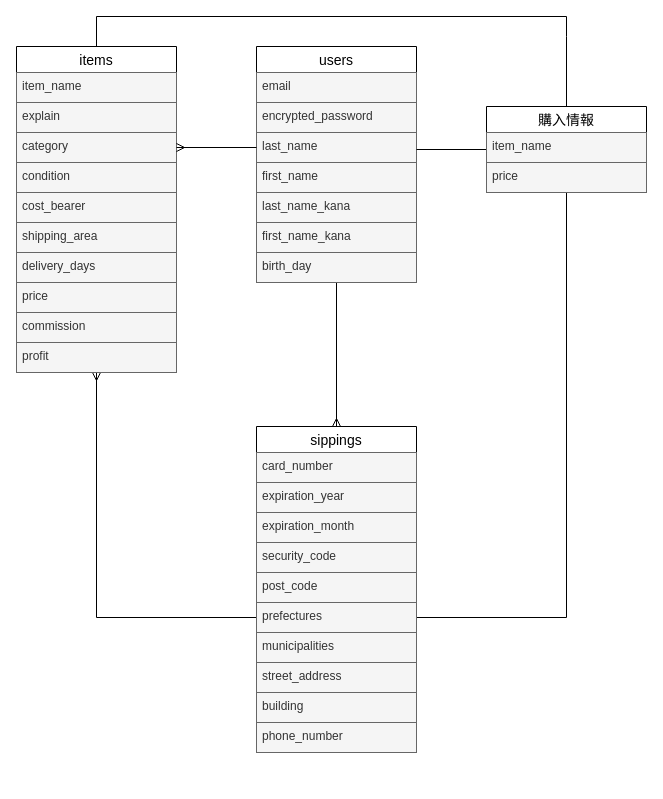
The draw.io diagram data.dio in umedamao925/furima40032, before the edit. Source tidied: cells renumbered, new cells numbered last; positions are measured from the earlier drawing's top-left corner, leaving out a move shared by most shapes. Both pictures are drawn from the tidied source at 100%, with x=0, y=0 at pixel (16, 16).
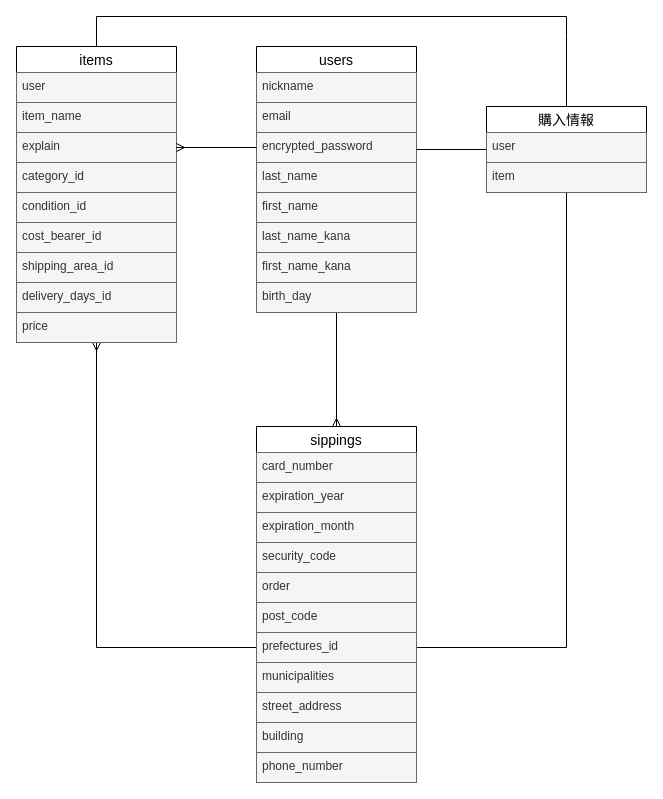
The same page after the edit.

Unchanged cells that the change refers to:
```xml
<mxCell id="27" value="購入情報" style="swimlane;fontStyle=0;horizontal=1;startSize=26;align=center;fontSize=14;" parent="1" vertex="1">
  <mxGeometry x="470" y="90" width="160" height="86" as="geometry" />
</mxCell>
```

The edit, as a diff of the source:
```diff
@@
     <mxCell id="3" value="users" style="swimlane;fontStyle=0;horizontal=1;startSize=26;align=center;fontSize=14;" parent="1" vertex="1">
-      <mxGeometry x="240" y="30" width="160" height="236" as="geometry" />
+      <mxGeometry x="240" y="30" width="160" height="266" as="geometry" />
     </mxCell>
+    <mxCell id="42" value="nickname" style="text;strokeColor=#666666;fillColor=#f5f5f5;spacingLeft=4;spacingRight=4;overflow=hidden;fontSize=12;fontColor=#333333;" parent="3" vertex="1">
+      <mxGeometry y="26" width="160" height="30" as="geometry" />
+    </mxCell>
     <mxCell id="4" value="email" style="text;strokeColor=#666666;fillColor=#f5f5f5;spacingLeft=4;spacingRight=4;overflow=hidden;fontSize=12;fontColor=#333333;" parent="3" vertex="1">
-      <mxGeometry y="26" width="160" height="30" as="geometry" />
+      <mxGeometry y="56" width="160" height="30" as="geometry" />
     </mxCell>
     <mxCell id="5" value="encrypted_password" style="text;strokeColor=#666666;fillColor=#f5f5f5;spacingLeft=4;spacingRight=4;overflow=hidden;points=[[0,0.5],[1,0.5]];portConstraint=eastwest;fontSize=12;fontColor=#333333;" parent="3" vertex="1">
-      <mxGeometry y="56" width="160" height="30" as="geometry" />
+      <mxGeometry y="86" width="160" height="30" as="geometry" />
     </mxCell>
     <mxCell id="6" value="last_name" style="text;strokeColor=#666666;fillColor=#f5f5f5;spacingLeft=4;spacingRight=4;overflow=hidden;points=[[0,0.5],[1,0.5]];portConstraint=eastwest;fontSize=12;fontColor=#333333;" parent="3" vertex="1">
-      <mxGeometry y="86" width="160" height="30" as="geometry" />
+      <mxGeometry y="116" width="160" height="30" as="geometry" />
     </mxCell>
     <mxCell id="7" value="first_name" style="text;strokeColor=#666666;fillColor=#f5f5f5;spacingLeft=4;spacingRight=4;overflow=hidden;fontSize=12;fontColor=#333333;" parent="3" vertex="1">
-      <mxGeometry y="116" width="160" height="30" as="geometry" />
+      <mxGeometry y="146" width="160" height="30" as="geometry" />
     </mxCell>
     <mxCell id="8" value="last_name_kana " style="text;strokeColor=#666666;fillColor=#f5f5f5;spacingLeft=4;spacingRight=4;overflow=hidden;fontSize=12;fontColor=#333333;" parent="3" vertex="1">
-      <mxGeometry y="146" width="160" height="30" as="geometry" />
+      <mxGeometry y="176" width="160" height="30" as="geometry" />
     </mxCell>
     <mxCell id="9" value="first_name_kana" style="text;strokeColor=#666666;fillColor=#f5f5f5;spacingLeft=4;spacingRight=4;overflow=hidden;fontSize=12;fontColor=#333333;" parent="3" vertex="1">
-      <mxGeometry y="176" width="160" height="30" as="geometry" />
+      <mxGeometry y="206" width="160" height="30" as="geometry" />
     </mxCell>
     <mxCell id="10" value="birth_day" style="text;strokeColor=#666666;fillColor=#f5f5f5;spacingLeft=4;spacingRight=4;overflow=hidden;fontSize=12;fontColor=#333333;" parent="3" vertex="1">
-      <mxGeometry y="206" width="160" height="30" as="geometry" />
+      <mxGeometry y="236" width="160" height="30" as="geometry" />
     </mxCell>
@@
     <mxCell id="13" value="items" style="swimlane;fontStyle=0;horizontal=1;startSize=26;align=center;fontSize=14;" parent="1" vertex="1">
-      <mxGeometry y="30" width="160" height="326" as="geometry" />
+      <mxGeometry y="30" width="160" height="296" as="geometry" />
     </mxCell>
+    <mxCell id="43" value="user" style="text;strokeColor=#666666;fillColor=#f5f5f5;spacingLeft=4;spacingRight=4;overflow=hidden;fontSize=12;fontColor=#333333;" parent="13" vertex="1">
+      <mxGeometry y="26" width="160" height="30" as="geometry" />
+    </mxCell>
     <mxCell id="14" value="item_name" style="text;strokeColor=#666666;fillColor=#f5f5f5;spacingLeft=4;spacingRight=4;overflow=hidden;fontSize=12;fontColor=#333333;" parent="13" vertex="1">
-      <mxGeometry y="26" width="160" height="30" as="geometry" />
+      <mxGeometry y="56" width="160" height="30" as="geometry" />
     </mxCell>
     <mxCell id="15" value="explain" style="text;strokeColor=#666666;fillColor=#f5f5f5;spacingLeft=4;spacingRight=4;overflow=hidden;points=[[0,0.5],[1,0.5]];portConstraint=eastwest;fontSize=12;fontColor=#333333;" parent="13" vertex="1">
-      <mxGeometry y="56" width="160" height="30" as="geometry" />
+      <mxGeometry y="86" width="160" height="30" as="geometry" />
     </mxCell>
-    <mxCell id="16" value="category" style="text;strokeColor=#666666;fillColor=#f5f5f5;spacingLeft=4;spacingRight=4;overflow=hidden;points=[[0,0.5],[1,0.5]];portConstraint=eastwest;fontSize=12;fontColor=#333333;" parent="13" vertex="1">
-      <mxGeometry y="86" width="160" height="30" as="geometry" />
+    <mxCell id="16" value="category_id" style="text;strokeColor=#666666;fillColor=#f5f5f5;spacingLeft=4;spacingRight=4;overflow=hidden;points=[[0,0.5],[1,0.5]];portConstraint=eastwest;fontSize=12;fontColor=#333333;" parent="13" vertex="1">
+      <mxGeometry y="116" width="160" height="30" as="geometry" />
     </mxCell>
-    <mxCell id="17" value="condition" style="text;strokeColor=#666666;fillColor=#f5f5f5;spacingLeft=4;spacingRight=4;overflow=hidden;fontSize=12;fontColor=#333333;" parent="13" vertex="1">
-      <mxGeometry y="116" width="160" height="30" as="geometry" />
+    <mxCell id="17" value="condition_id" style="text;strokeColor=#666666;fillColor=#f5f5f5;spacingLeft=4;spacingRight=4;overflow=hidden;fontSize=12;fontColor=#333333;" parent="13" vertex="1">
+      <mxGeometry y="146" width="160" height="30" as="geometry" />
     </mxCell>
-    <mxCell id="18" value="cost_bearer" style="text;strokeColor=#666666;fillColor=#f5f5f5;spacingLeft=4;spacingRight=4;overflow=hidden;fontSize=12;fontColor=#333333;" parent="13" vertex="1">
-      <mxGeometry y="146" width="160" height="30" as="geometry" />
+    <mxCell id="18" value="cost_bearer_id" style="text;strokeColor=#666666;fillColor=#f5f5f5;spacingLeft=4;spacingRight=4;overflow=hidden;fontSize=12;fontColor=#333333;" parent="13" vertex="1">
+      <mxGeometry y="176" width="160" height="30" as="geometry" />
     </mxCell>
-    <mxCell id="19" value="shipping_area" style="text;strokeColor=#666666;fillColor=#f5f5f5;spacingLeft=4;spacingRight=4;overflow=hidden;fontSize=12;fontColor=#333333;" parent="13" vertex="1">
-      <mxGeometry y="176" width="160" height="30" as="geometry" />
+    <mxCell id="19" value="shipping_area_id" style="text;strokeColor=#666666;fillColor=#f5f5f5;spacingLeft=4;spacingRight=4;overflow=hidden;fontSize=12;fontColor=#333333;" parent="13" vertex="1">
+      <mxGeometry y="206" width="160" height="30" as="geometry" />
     </mxCell>
-    <mxCell id="20" value="delivery_days" style="text;strokeColor=#666666;fillColor=#f5f5f5;spacingLeft=4;spacingRight=4;overflow=hidden;fontSize=12;fontColor=#333333;" parent="13" vertex="1">
-      <mxGeometry y="206" width="160" height="30" as="geometry" />
+    <mxCell id="20" value="delivery_days_id" style="text;strokeColor=#666666;fillColor=#f5f5f5;spacingLeft=4;spacingRight=4;overflow=hidden;fontSize=12;fontColor=#333333;" parent="13" vertex="1">
+      <mxGeometry y="236" width="160" height="30" as="geometry" />
     </mxCell>
     <mxCell id="21" value="price" style="text;strokeColor=#666666;fillColor=#f5f5f5;spacingLeft=4;spacingRight=4;overflow=hidden;fontSize=12;fontColor=#333333;" parent="13" vertex="1">
-      <mxGeometry y="236" width="160" height="30" as="geometry" />
+      <mxGeometry y="266" width="160" height="30" as="geometry" />
     </mxCell>
-    <mxCell id="22" value="commission" style="text;strokeColor=#666666;fillColor=#f5f5f5;spacingLeft=4;spacingRight=4;overflow=hidden;fontSize=12;fontColor=#333333;" parent="13" vertex="1">
-      <mxGeometry y="266" width="160" height="30" as="geometry" />
-    </mxCell>
-    <mxCell id="23" value="profit  " style="text;strokeColor=#666666;fillColor=#f5f5f5;spacingLeft=4;spacingRight=4;overflow=hidden;fontSize=12;fontColor=#333333;" parent="13" vertex="1">
-      <mxGeometry y="296" width="160" height="30" as="geometry" />
-    </mxCell>
@@
-    <mxCell id="28" value="item_name" style="text;strokeColor=#666666;fillColor=#f5f5f5;spacingLeft=4;spacingRight=4;overflow=hidden;fontSize=12;fontColor=#333333;" parent="27" vertex="1">
+    <mxCell id="28" value="user" style="text;strokeColor=#666666;fillColor=#f5f5f5;spacingLeft=4;spacingRight=4;overflow=hidden;fontSize=12;fontColor=#333333;" parent="27" vertex="1">
       <mxGeometry y="26" width="160" height="30" as="geometry" />
     </mxCell>
-    <mxCell id="29" value="price" style="text;strokeColor=#666666;fillColor=#f5f5f5;spacingLeft=4;spacingRight=4;overflow=hidden;fontSize=12;fontColor=#333333;" parent="27" vertex="1">
+    <mxCell id="29" value="item" style="text;strokeColor=#666666;fillColor=#f5f5f5;spacingLeft=4;spacingRight=4;overflow=hidden;fontSize=12;fontColor=#333333;" parent="27" vertex="1">
       <mxGeometry y="56" width="160" height="30" as="geometry" />
     </mxCell>
-    <mxCell id="30" style="edgeStyle=none;html=1;exitX=0;exitY=0.5;exitDx=0;exitDy=0;entryX=1;entryY=0.5;entryDx=0;entryDy=0;startArrow=none;startFill=0;endArrow=ERmany;endFill=0;" parent="1" edge="1" source="6" target="16">
+    <mxCell id="30" style="edgeStyle=none;html=1;exitX=0;exitY=0.5;exitDx=0;exitDy=0;entryX=1;entryY=0.5;entryDx=0;entryDy=0;startArrow=none;startFill=0;endArrow=ERmany;endFill=0;" parent="1" edge="1" source="5" target="15">
       <mxGeometry relative="1" as="geometry" />
     </mxCell>
     <mxCell id="31" value="sippings" style="swimlane;fontStyle=0;horizontal=1;startSize=26;align=center;fontSize=14;" parent="1" vertex="1">
-      <mxGeometry x="240" y="410" width="160" height="326" as="geometry" />
+      <mxGeometry x="240" y="410" width="160" height="356" as="geometry" />
     </mxCell>
@@
+    <mxCell id="44" value="order" style="text;strokeColor=#666666;fillColor=#f5f5f5;spacingLeft=4;spacingRight=4;overflow=hidden;fontSize=12;fontColor=#333333;" parent="31" vertex="1">
+      <mxGeometry y="146" width="160" height="30" as="geometry" />
+    </mxCell>
     <mxCell id="36" value="post_code" style="text;strokeColor=#666666;fillColor=#f5f5f5;spacingLeft=4;spacingRight=4;overflow=hidden;fontSize=12;fontColor=#333333;" parent="31" vertex="1">
-      <mxGeometry y="146" width="160" height="30" as="geometry" />
+      <mxGeometry y="176" width="160" height="30" as="geometry" />
     </mxCell>
-    <mxCell id="37" value="prefectures" style="text;strokeColor=#666666;fillColor=#f5f5f5;spacingLeft=4;spacingRight=4;overflow=hidden;points=[[0,0.5],[1,0.5]];portConstraint=eastwest;fontSize=12;fontColor=#333333;" parent="31" vertex="1">
-      <mxGeometry y="176" width="160" height="30" as="geometry" />
+    <mxCell id="37" value="prefectures_id" style="text;strokeColor=#666666;fillColor=#f5f5f5;spacingLeft=4;spacingRight=4;overflow=hidden;points=[[0,0.5],[1,0.5]];portConstraint=eastwest;fontSize=12;fontColor=#333333;" parent="31" vertex="1">
+      <mxGeometry y="206" width="160" height="30" as="geometry" />
     </mxCell>
     <mxCell id="38" value="municipalities" style="text;strokeColor=#666666;fillColor=#f5f5f5;spacingLeft=4;spacingRight=4;overflow=hidden;fontSize=12;fontColor=#333333;" parent="31" vertex="1">
-      <mxGeometry y="206" width="160" height="30" as="geometry" />
+      <mxGeometry y="236" width="160" height="30" as="geometry" />
     </mxCell>
     <mxCell id="39" value="street_address" style="text;strokeColor=#666666;fillColor=#f5f5f5;spacingLeft=4;spacingRight=4;overflow=hidden;fontSize=12;fontColor=#333333;" parent="31" vertex="1">
-      <mxGeometry y="236" width="160" height="30" as="geometry" />
+      <mxGeometry y="266" width="160" height="30" as="geometry" />
     </mxCell>
     <mxCell id="40" value="building" style="text;strokeColor=#666666;fillColor=#f5f5f5;spacingLeft=4;spacingRight=4;overflow=hidden;fontSize=12;fontColor=#333333;" parent="31" vertex="1">
-      <mxGeometry y="266" width="160" height="30" as="geometry" />
+      <mxGeometry y="296" width="160" height="30" as="geometry" />
     </mxCell>
     <mxCell id="41" value="phone_number" style="text;strokeColor=#666666;fillColor=#f5f5f5;spacingLeft=4;spacingRight=4;overflow=hidden;fontSize=12;fontColor=#333333;" parent="31" vertex="1">
-      <mxGeometry y="296" width="160" height="30" as="geometry" />
+      <mxGeometry y="326" width="160" height="30" as="geometry" />
     </mxCell>
```
